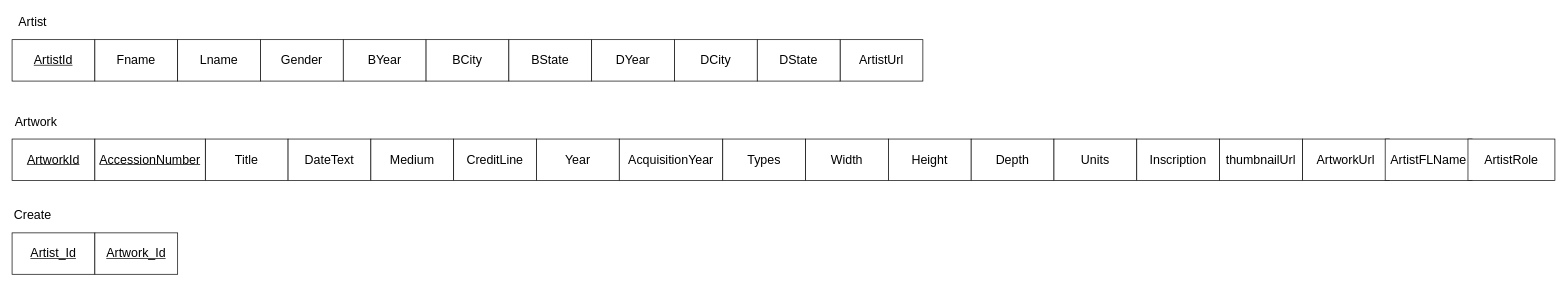
The draw.io diagram docs/diagrams/relational_model.drawio in Databases-Course-Project/Databases-Course-Project, before the edit. Source tidied: cells renumbered, new cells numbered last; positions are measured from the earlier drawing's top-left corner, leaving out a move shared by most shapes. Both pictures are drawn from the tidied source at 69%, with x=0, y=0 at pixel (12, 12).
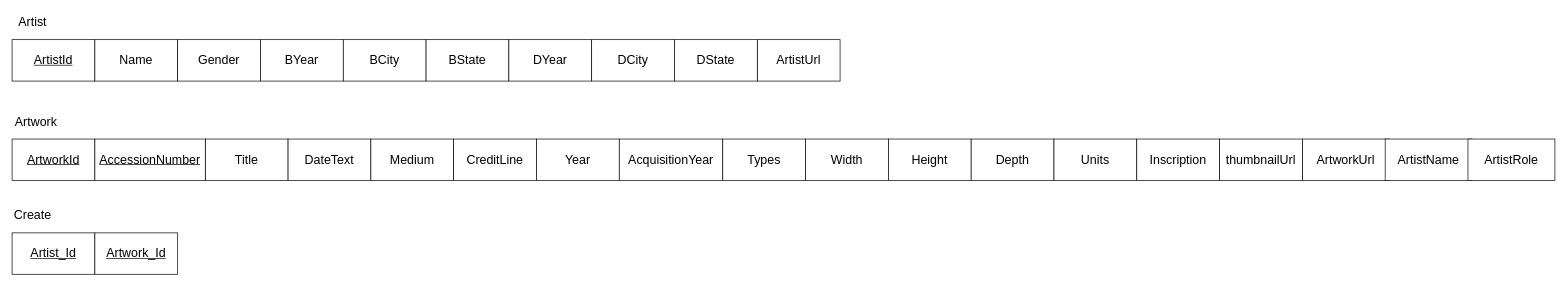
After the change.

The edit, as a diff of the source:
```diff
@@
-    <mxCell id="3" value="&lt;font style=&quot;font-size: 18px;&quot;&gt;Fname&lt;/font&gt;" style="rounded=0;whiteSpace=wrap;html=1;" parent="1" vertex="1">
+    <mxCell id="3" value="&lt;font style=&quot;font-size: 18px;&quot;&gt;Name&lt;/font&gt;" style="rounded=0;whiteSpace=wrap;html=1;" parent="1" vertex="1">
       <mxGeometry x="120" y="40" width="120" height="60" as="geometry" />
     </mxCell>
@@
-    <mxCell id="5" value="&lt;font style=&quot;font-size: 18px;&quot;&gt;Lname&lt;/font&gt;" style="rounded=0;whiteSpace=wrap;html=1;" parent="1" vertex="1">
-      <mxGeometry x="240" y="40" width="120" height="60" as="geometry" />
-    </mxCell>
     <mxCell id="6" value="&lt;font style=&quot;font-size: 18px;&quot;&gt;Gender&lt;/font&gt;" style="rounded=0;whiteSpace=wrap;html=1;" parent="1" vertex="1">
-      <mxGeometry x="360" y="40" width="120" height="60" as="geometry" />
+      <mxGeometry x="240" y="40" width="120" height="60" as="geometry" />
     </mxCell>
     <mxCell id="7" value="&lt;font style=&quot;font-size: 18px;&quot;&gt;ArtistUrl&lt;/font&gt;" style="rounded=0;whiteSpace=wrap;html=1;" parent="1" vertex="1">
-      <mxGeometry x="1200" y="40" width="120" height="60" as="geometry" />
+      <mxGeometry x="1080" y="40" width="120" height="60" as="geometry" />
     </mxCell>
     <mxCell id="8" value="&lt;font style=&quot;font-size: 18px;&quot;&gt;BYear&lt;/font&gt;" style="rounded=0;whiteSpace=wrap;html=1;" parent="1" vertex="1">
-      <mxGeometry x="480" y="40" width="120" height="60" as="geometry" />
+      <mxGeometry x="360" y="40" width="120" height="60" as="geometry" />
     </mxCell>
     <mxCell id="9" value="&lt;font style=&quot;font-size: 18px;&quot;&gt;BCity&lt;/font&gt;" style="rounded=0;whiteSpace=wrap;html=1;" parent="1" vertex="1">
-      <mxGeometry x="600" y="40" width="120" height="60" as="geometry" />
+      <mxGeometry x="480" y="40" width="120" height="60" as="geometry" />
     </mxCell>
     <mxCell id="10" value="&lt;font style=&quot;font-size: 18px;&quot;&gt;BState&lt;/font&gt;" style="rounded=0;whiteSpace=wrap;html=1;" parent="1" vertex="1">
-      <mxGeometry x="720" y="40" width="120" height="60" as="geometry" />
+      <mxGeometry x="600" y="40" width="120" height="60" as="geometry" />
     </mxCell>
     <mxCell id="11" value="&lt;font style=&quot;font-size: 18px;&quot;&gt;DYear&lt;/font&gt;" style="rounded=0;whiteSpace=wrap;html=1;" parent="1" vertex="1">
-      <mxGeometry x="840" y="40" width="120" height="60" as="geometry" />
+      <mxGeometry x="720" y="40" width="120" height="60" as="geometry" />
     </mxCell>
     <mxCell id="12" value="&lt;font style=&quot;font-size: 18px;&quot;&gt;DCity&lt;/font&gt;" style="rounded=0;whiteSpace=wrap;html=1;" parent="1" vertex="1">
-      <mxGeometry x="960" y="40" width="120" height="60" as="geometry" />
+      <mxGeometry x="840" y="40" width="120" height="60" as="geometry" />
     </mxCell>
     <mxCell id="13" value="&lt;font style=&quot;font-size: 18px;&quot;&gt;DState&lt;/font&gt;" style="rounded=0;whiteSpace=wrap;html=1;" parent="1" vertex="1">
-      <mxGeometry x="1080" y="40" width="120" height="60" as="geometry" />
+      <mxGeometry x="960" y="40" width="120" height="60" as="geometry" />
     </mxCell>
@@
-    <mxCell id="30" value="&lt;font style=&quot;font-size: 18px;&quot;&gt;ArtistFLName&lt;/font&gt;" style="rounded=0;whiteSpace=wrap;html=1;" parent="1" vertex="1">
+    <mxCell id="30" value="&lt;font style=&quot;font-size: 18px;&quot;&gt;ArtistName&lt;/font&gt;" style="rounded=0;whiteSpace=wrap;html=1;" parent="1" vertex="1">
       <mxGeometry x="1990" y="184" width="126" height="60" as="geometry" />
     </mxCell>
```
